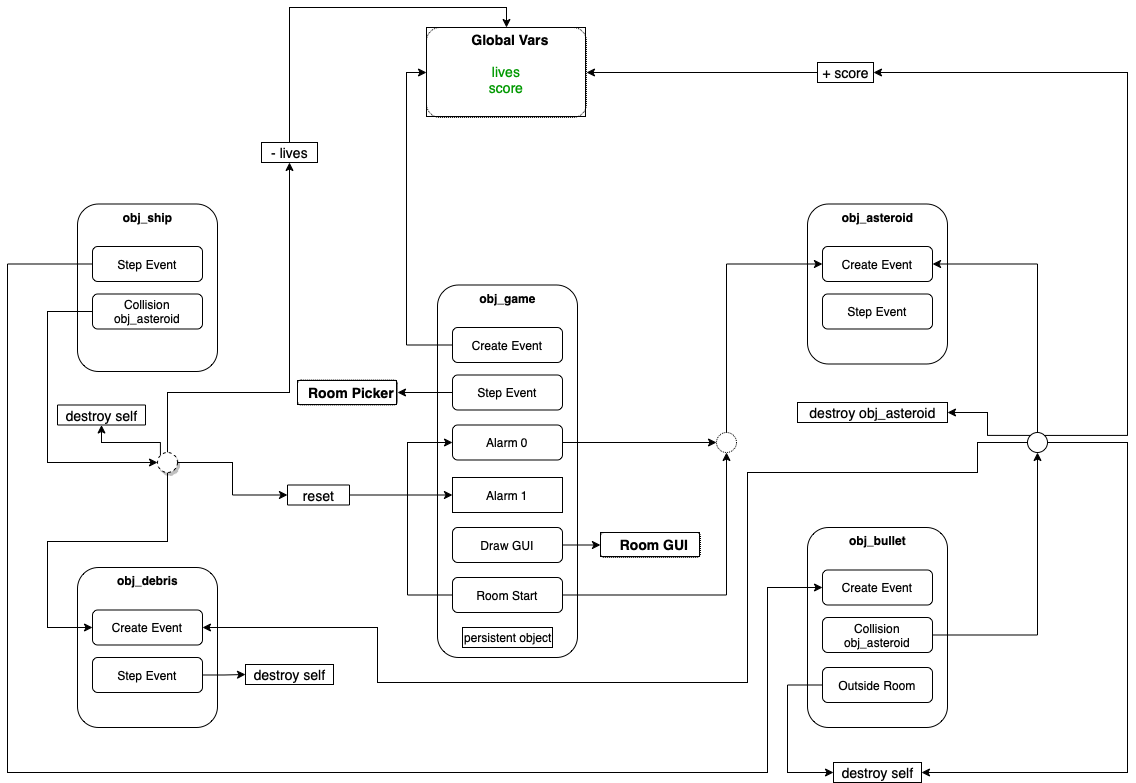
The draw.io diagram var/SpaceRocksGMLBasicGame.png in b1tc/SpaceRocksGML, before a commit. Source tidied: cells renumbered, new cells last; positions are measured from the earlier drawing's top-left corner, leaving out a move shared by most shapes.
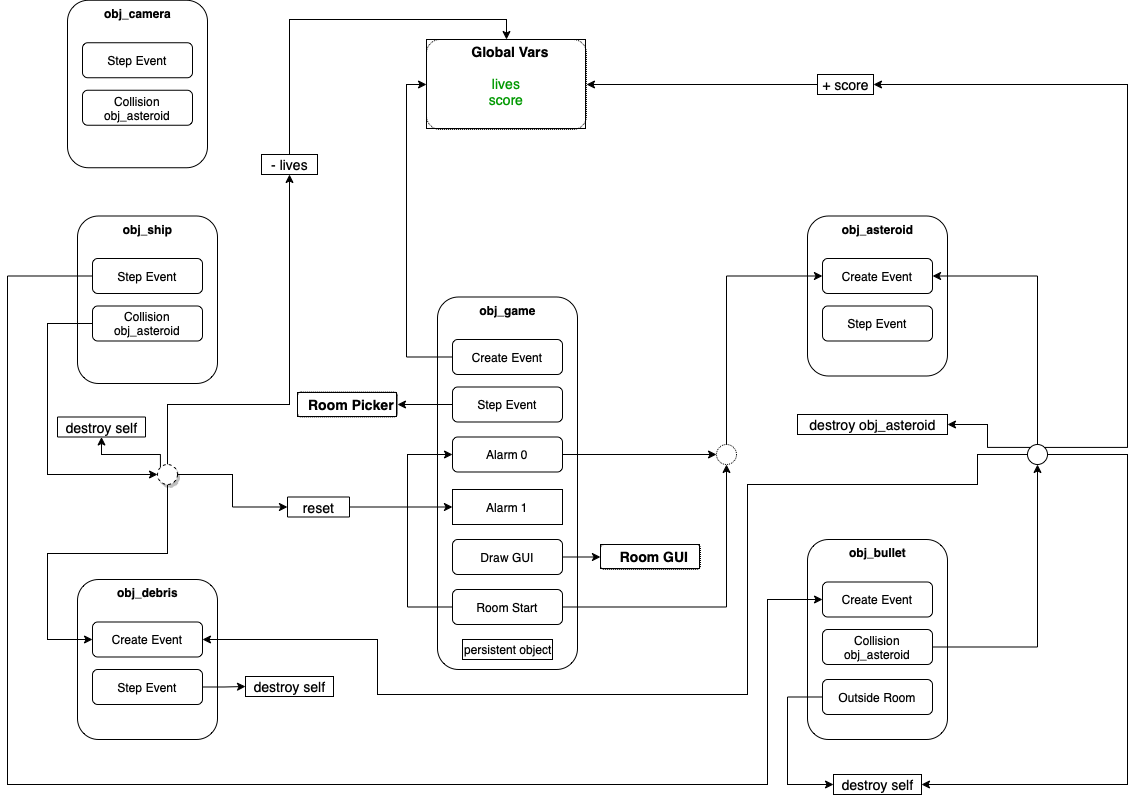
The same file after the commit.

Diff of the diagram source:
```diff
@@ -239,5 +239,20 @@
     <mxCell id="61" style="ellipse;strokeColor=black;rounded=1;shadow=1;glass=0;dashed=1;labelBorderColor=default;sketch=0;fontSize=14;" parent="1" vertex="1">
       <mxGeometry x="150" y="425" width="20" height="20" as="geometry" />
     </mxCell>
+    <mxCell id="62" value="&lt;b&gt;obj_camera&lt;/b&gt;" style="html=1;strokeWidth=1;rounded=1;glass=0;shadow=0;sketch=0;verticalAlign=top;" parent="1" vertex="1">
+      <mxGeometry x="60" y="-39.2" width="140" height="167.5" as="geometry" />
+    </mxCell>
+    <mxCell id="63" value="Step Event" style="text;fillColor=none;align=center;verticalAlign=middle;spacingLeft=4;spacingRight=4;overflow=hidden;rounded=1;shadow=0;glass=0;sketch=0;strokeColor=black;" parent="1" vertex="1">
+      <mxGeometry x="75" y="3.2" width="110" height="35" as="geometry" />
+    </mxCell>
+    <mxCell id="64" value="Collision &#10;obj_asteroid" style="text;fillColor=none;align=center;verticalAlign=middle;spacingLeft=4;spacingRight=4;overflow=hidden;rounded=1;shadow=0;glass=0;sketch=0;strokeColor=black;" parent="1" vertex="1">
+      <mxGeometry x="75" y="50.8" width="110" height="35" as="geometry" />
+    </mxCell>
+    <mxCell id="65" style="edgeStyle=orthogonalEdgeStyle;rounded=0;orthogonalLoop=1;jettySize=auto;html=1;exitX=0.5;exitY=1;exitDx=0;exitDy=0;" parent="1" edge="1" source="62" target="62">
+      <mxGeometry relative="1" as="geometry" />
+    </mxCell>
+    <mxCell id="66" style="edgeStyle=orthogonalEdgeStyle;rounded=0;orthogonalLoop=1;jettySize=auto;html=1;exitX=0.5;exitY=1;exitDx=0;exitDy=0;" parent="1" edge="1" source="62" target="62">
+      <mxGeometry relative="1" as="geometry" />
+    </mxCell>
   </root>
 </mxGraphModel>
```
